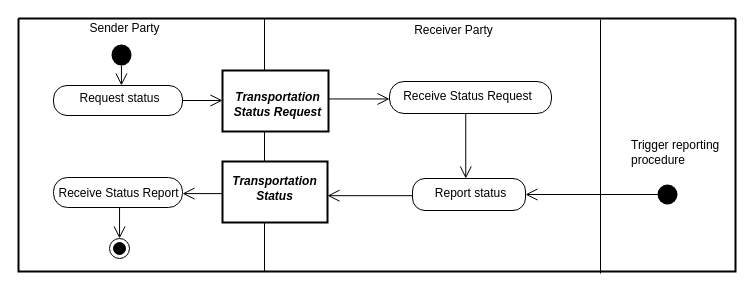
The draw.io diagram diagrams/UBL-2.2-FreightStatusReporting/UBL-2.2-FreightStatusReporting.drawio in kduvekot/ubl-work-on-svg-images, before the edit. Source tidied: cells renumbered, new cells numbered last; positions are measured from the earlier drawing's top-left corner, leaving out a move shared by most shapes. Both pictures are drawn from the tidied source at 100%, with x=0, y=0 at pixel (18, 18).
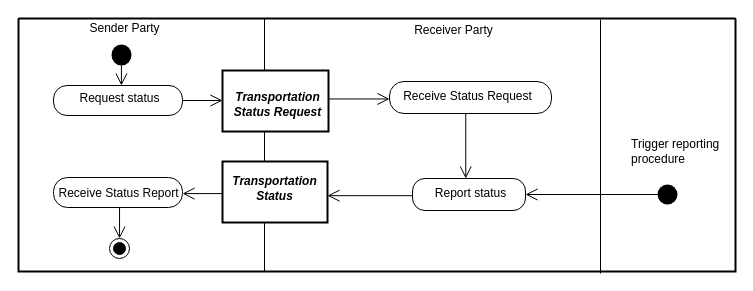
Above is the later version.

The change refers to these unchanged cells:
```xml
<mxCell id="4" value="Receiver Party" style="swimlane;horizontal=1;startSize=23;swimlaneLine=0;html=1;fillColor=none;fontStyle=0;spacing=0;spacingRight=94;" parent="2" vertex="1">
  <mxGeometry x="246" width="471" height="253" as="geometry" />
</mxCell>
```

Diff of the diagram source:
```diff
@@
-    <mxCell id="13" value="Trigger reporting&lt;br&gt;procedure" style="ellipse;shape=startState;fillColor=#000000;strokeColor=none;html=1;whiteSpace=nowrap;fontStyle=0;align=left;verticalAlign=middle;spacing=0;spacingLeft=-26;spacingBottom=84;" parent="4" vertex="1">
+    <mxCell id="13" value="Trigger reporting&lt;br&gt;procedure" style="ellipse;shape=startState;fillColor=#000000;strokeColor=none;html=1;whiteSpace=nowrap;fontStyle=0;align=left;verticalAlign=middle;spacing=0;spacingLeft=-26;spacingBottom=86;" parent="4" vertex="1">
       <mxGeometry x="389" y="162" width="28" height="28" as="geometry" />
     </mxCell>
```
